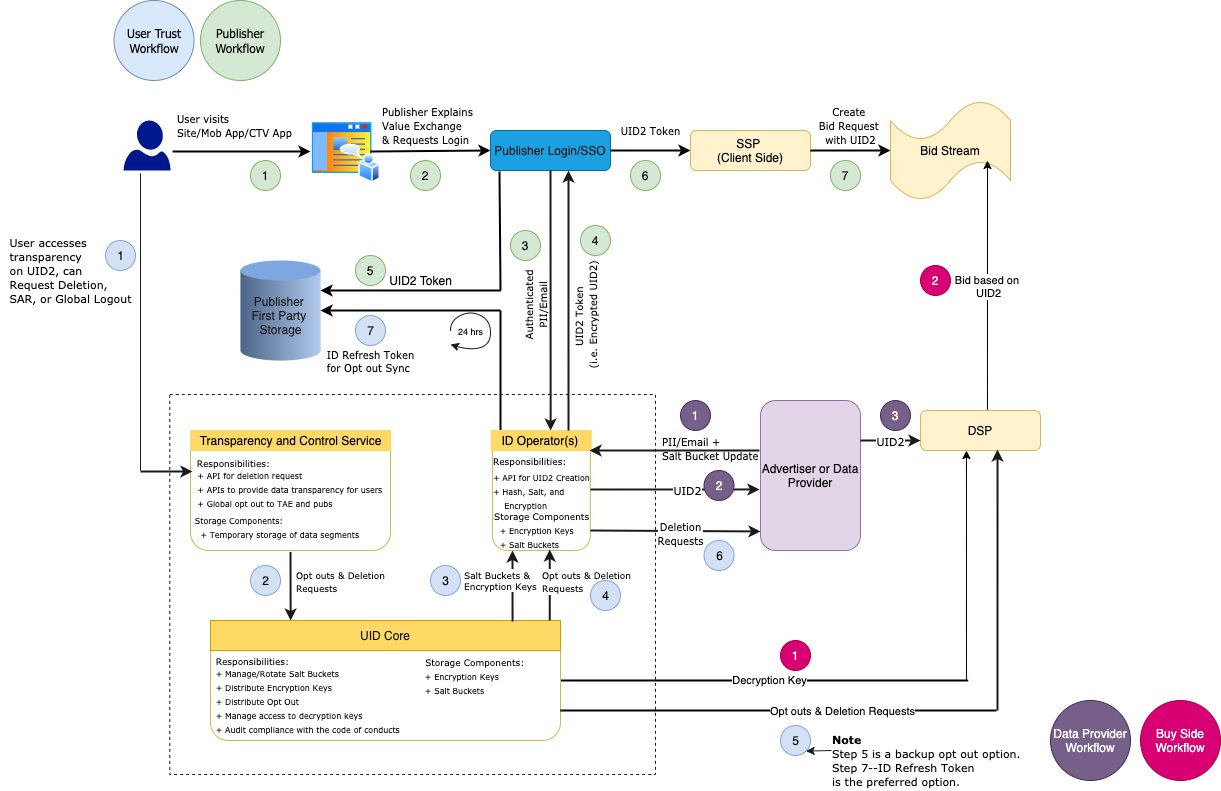
The draw.io diagram images/macro_view.png in IABTechLab/uid2docs, before a commit. Source tidied: cells renumbered, new cells last; positions are measured from the earlier drawing's top-left corner, leaving out a move shared by most shapes.
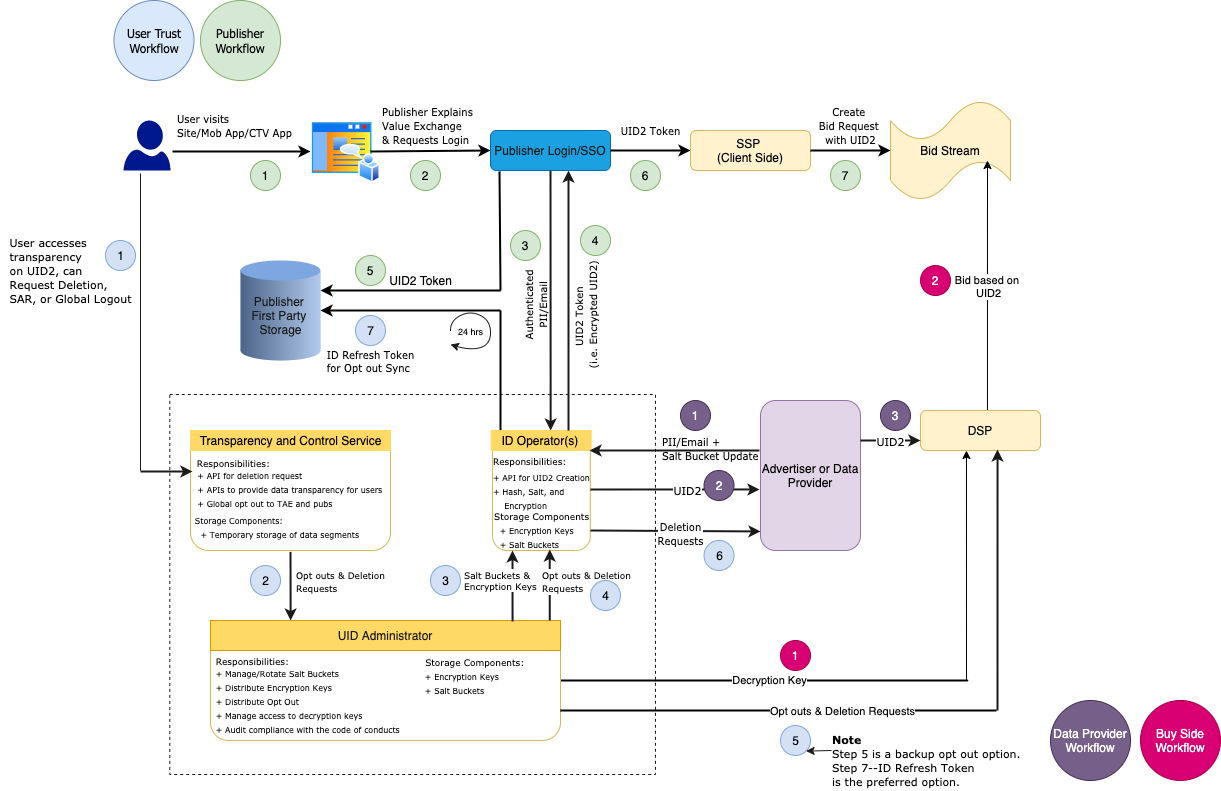
The same file after the commit.

Change to the diagram source:
```diff
@@ -231,7 +231,7 @@
     <mxCell id="61" value="&lt;font&gt;&lt;font face=&quot;Verdana&quot; style=&quot;font-size: 9px&quot;&gt;&amp;nbsp; &amp;nbsp; &amp;nbsp;Responsibilities:&lt;/font&gt;&lt;br&gt;&lt;/font&gt;" style="text;html=1;align=center;verticalAlign=middle;fillColor=none;strokeColor=none;rounded=0;" parent="1" vertex="1">
       <mxGeometry x="193.5" y="650" width="100" height="20" as="geometry" />
     </mxCell>
-    <mxCell id="62" value="&lt;font color=&quot;#1a1a1a&quot;&gt;UID Core&lt;/font&gt;" style="rounded=0;whiteSpace=wrap;html=1;strokeColor=#d79b00;fillColor=#FFD966;" parent="1" vertex="1">
+    <mxCell id="62" value="&lt;font color=&quot;#1a1a1a&quot;&gt;UID Administrator&lt;/font&gt;" style="rounded=0;whiteSpace=wrap;html=1;strokeColor=#d79b00;fillColor=#FFD966;" parent="1" vertex="1">
       <mxGeometry x="210" y="620" width="350" height="30" as="geometry" />
     </mxCell>
     <mxCell id="63" style="endArrow=classic;html=1;strokeColor=#1A1A1A;exitX=0.863;exitY=0.033;exitDx=0;exitDy=0;exitPerimeter=0;strokeWidth=2;" parent="1" edge="1" source="62">
```
